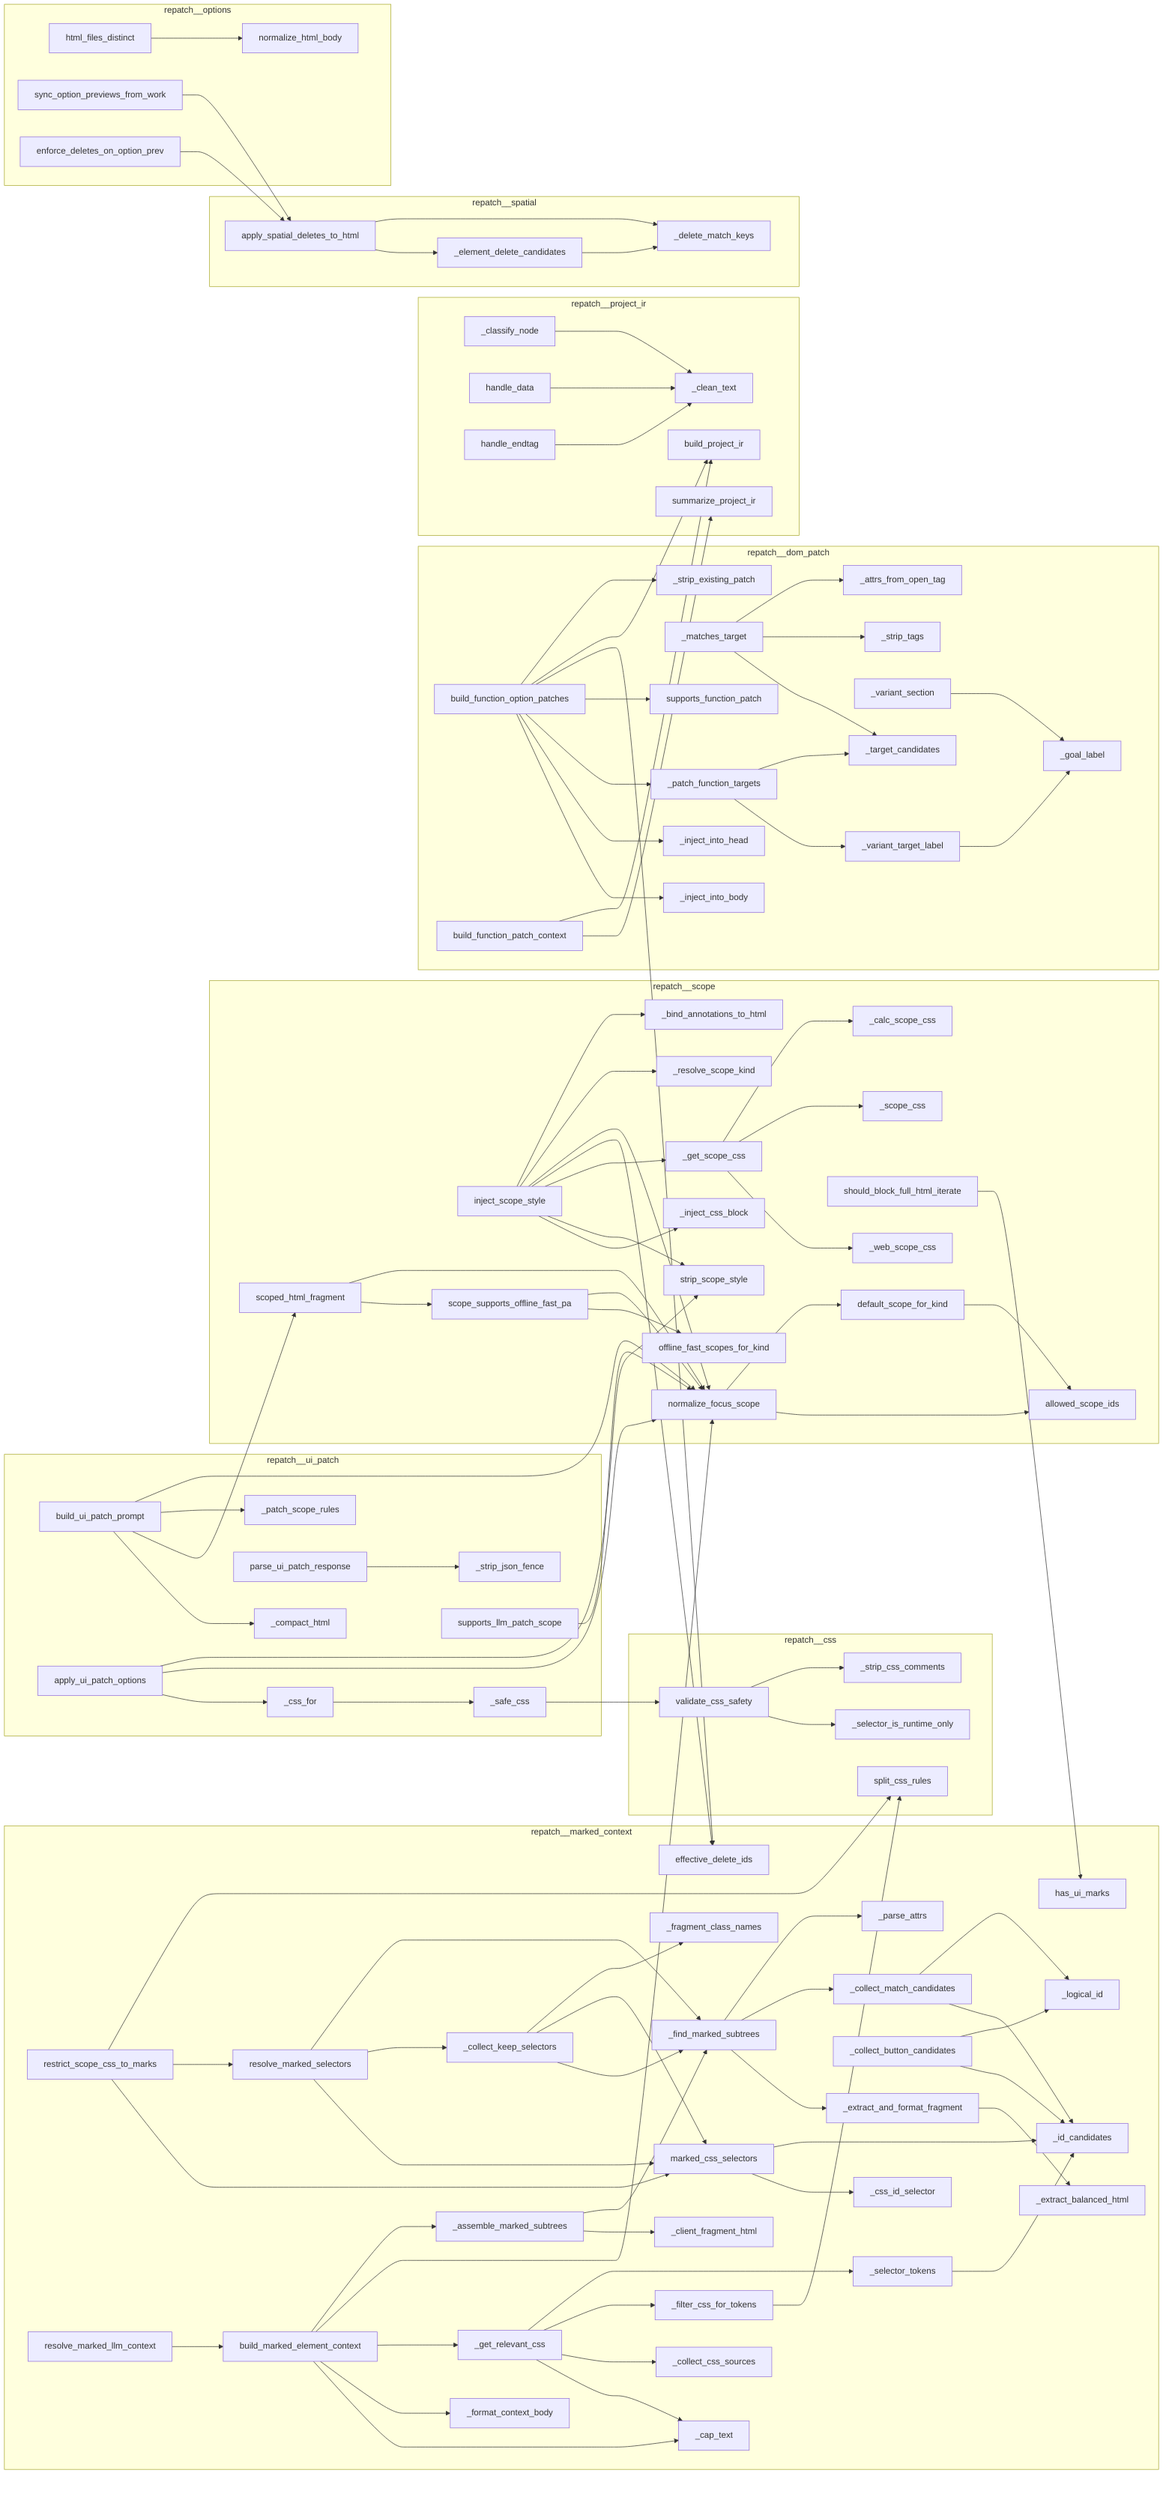
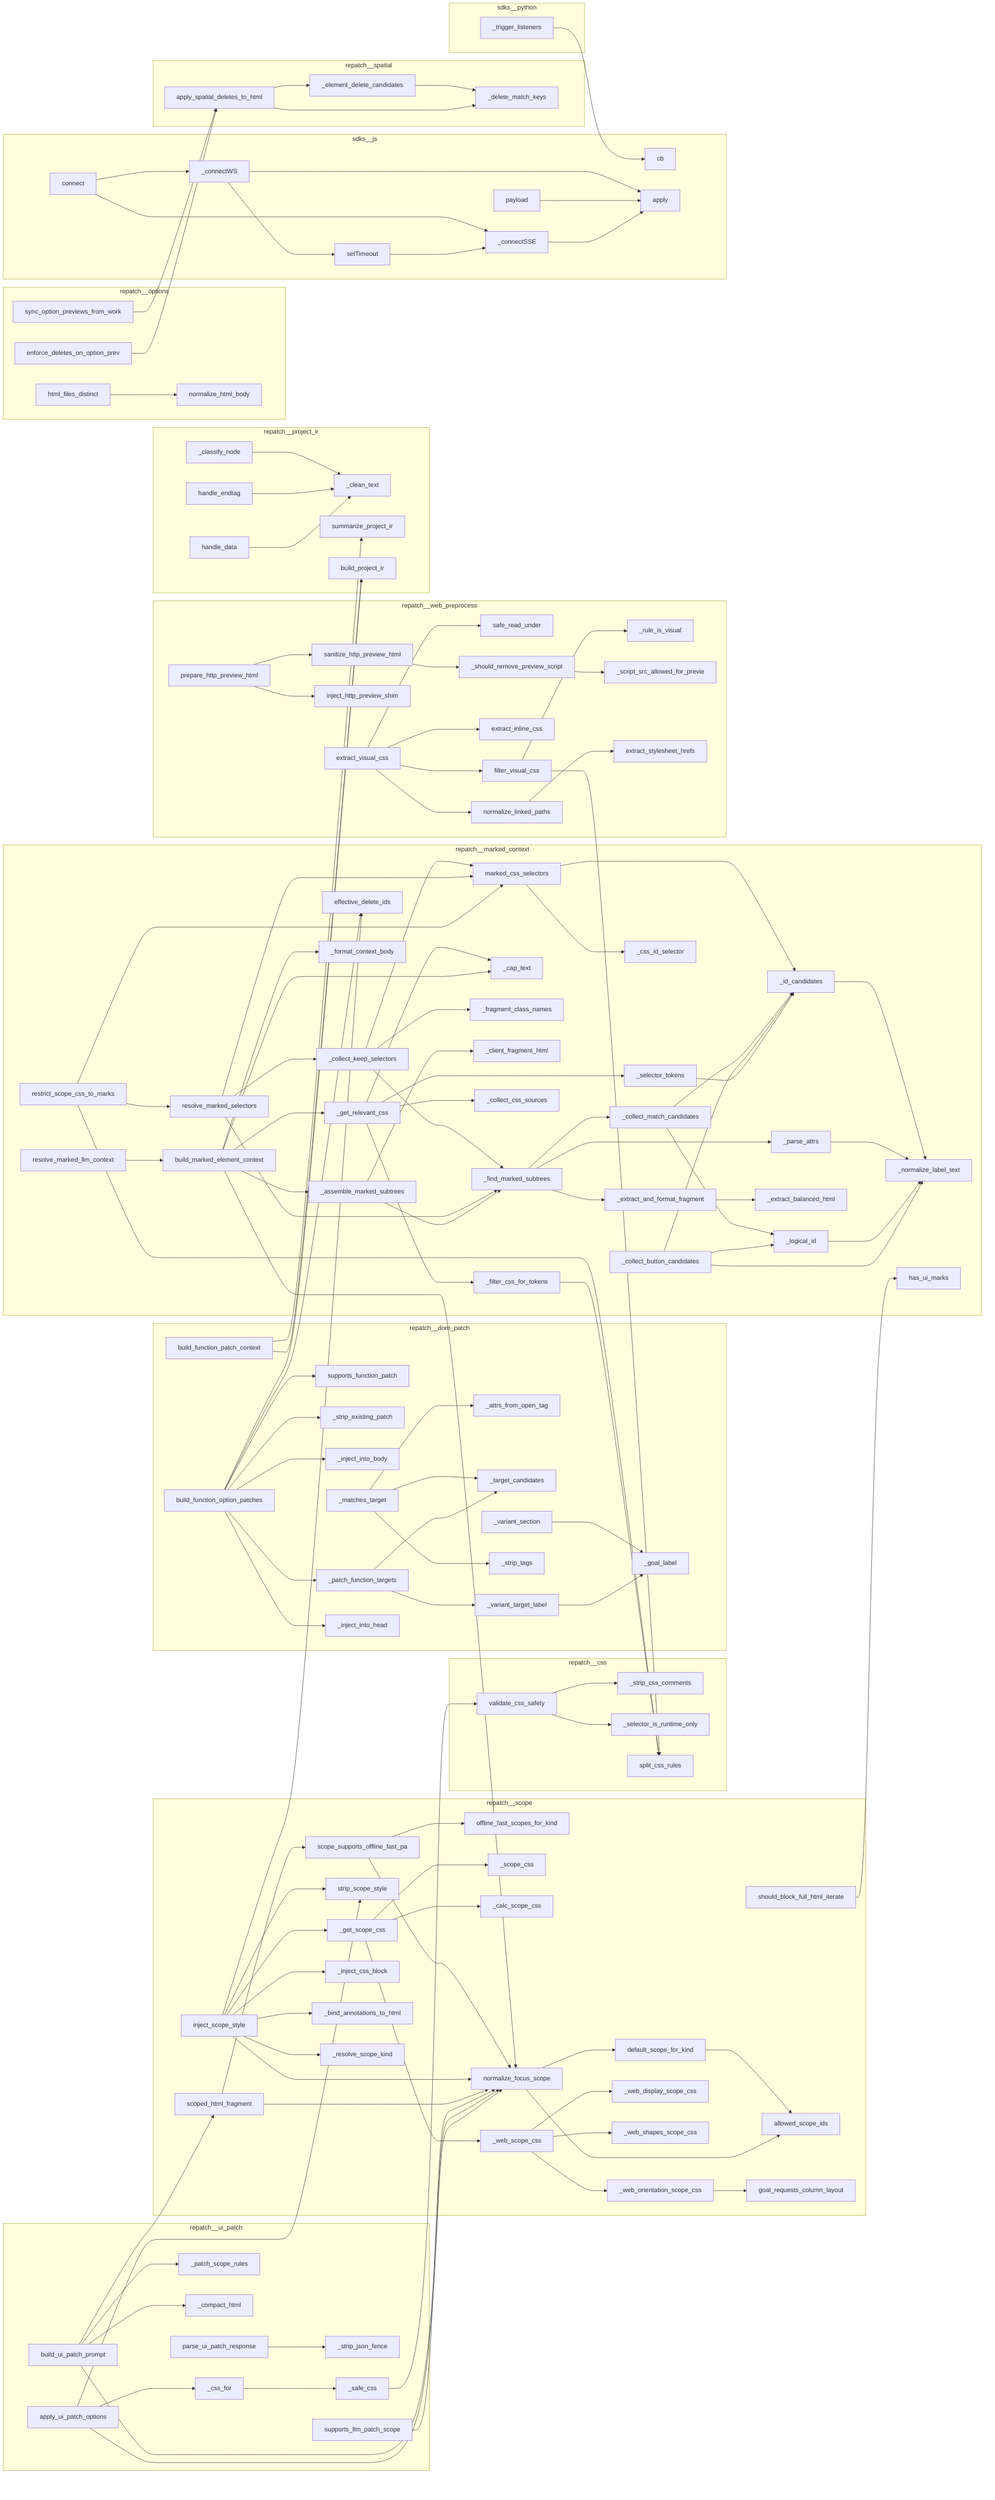
flowchart LR
%% generated in 0.00s
    subgraph repatch__css
+         repatch__css__validate_css_safety["validate_css_safety"]
        repatch__css___strip_css_comments["_strip_css_comments"]
        repatch__css___selector_is_runtime_only["_selector_is_runtime_only"]
        repatch__css__split_css_rules["split_css_rules"]
-         repatch__css__validate_css_safety["validate_css_safety"]
    end
    subgraph repatch__dom_patch
+         repatch__dom_patch__supports_function_patch["supports_function_patch"]
+         repatch__dom_patch__build_function_option_patches["build_function_option_patches"]
+         repatch__dom_patch___strip_existing_patch["_strip_existing_patch"]
        repatch__dom_patch___attrs_from_open_tag["_attrs_from_open_tag"]
-         repatch__dom_patch___inject_into_head["_inject_into_head"]
+         repatch__dom_patch___goal_label["_goal_label"]
+         repatch__dom_patch___target_candidates["_target_candidates"]
+         repatch__dom_patch___inject_into_body["_inject_into_body"]
+         repatch__dom_patch___patch_function_targets["_patch_function_targets"]
        repatch__dom_patch___matches_target["_matches_target"]
-         repatch__dom_patch___patch_function_targets["_patch_function_targets"]
-         repatch__dom_patch__build_function_option_patches["build_function_option_patches"]
-         repatch__dom_patch__build_function_patch_context["build_function_patch_context"]
-         repatch__dom_patch___goal_label["_goal_label"]
-         repatch__dom_patch__supports_function_patch["supports_function_patch"]
+         repatch__dom_patch___variant_target_label["_variant_target_label"]
        repatch__dom_patch___strip_tags["_strip_tags"]
        repatch__dom_patch___variant_section["_variant_section"]
-         repatch__dom_patch___target_candidates["_target_candidates"]
-         repatch__dom_patch___inject_into_body["_inject_into_body"]
-         repatch__dom_patch___strip_existing_patch["_strip_existing_patch"]
-         repatch__dom_patch___variant_target_label["_variant_target_label"]
+         repatch__dom_patch___inject_into_head["_inject_into_head"]
+         repatch__dom_patch__build_function_patch_context["build_function_patch_context"]
    end
    subgraph repatch__marked_context
+         repatch__marked_context___collect_button_candidates["_collect_button_candidates"]
+         repatch__marked_context___css_id_selector["_css_id_selector"]
+         repatch__marked_context___get_relevant_css["_get_relevant_css"]
+         repatch__marked_context__resolve_marked_llm_context["resolve_marked_llm_context"]
+         repatch__marked_context___normalize_label_text["_normalize_label_text"]
+         repatch__marked_context___extract_and_format_fragment["_extract_and_format_fragment"]
+         repatch__marked_context__effective_delete_ids["effective_delete_ids"]
+         repatch__marked_context___filter_css_for_tokens["_filter_css_for_tokens"]
+         repatch__marked_context___assemble_marked_subtrees["_assemble_marked_subtrees"]
        repatch__marked_context__has_ui_marks["has_ui_marks"]
-         repatch__marked_context___get_relevant_css["_get_relevant_css"]
+         repatch__marked_context__restrict_scope_css_to_marks["restrict_scope_css_to_marks"]
+         repatch__marked_context___parse_attrs["_parse_attrs"]
+         repatch__marked_context___cap_text["_cap_text"]
+         repatch__marked_context__build_marked_element_context["build_marked_element_context"]
+         repatch__marked_context__resolve_marked_selectors["resolve_marked_selectors"]
+         repatch__marked_context___fragment_class_names["_fragment_class_names"]
+         repatch__marked_context___client_fragment_html["_client_fragment_html"]
+         repatch__marked_context___id_candidates["_id_candidates"]
+         repatch__marked_context___find_marked_subtrees["_find_marked_subtrees"]
        repatch__marked_context___selector_tokens["_selector_tokens"]
-         repatch__marked_context___css_id_selector["_css_id_selector"]
-         repatch__marked_context___collect_button_candidates["_collect_button_candidates"]
-         repatch__marked_context___client_fragment_html["_client_fragment_html"]
+         repatch__marked_context___collect_css_sources["_collect_css_sources"]
        repatch__marked_context___collect_match_candidates["_collect_match_candidates"]
-         repatch__marked_context___extract_and_format_fragment["_extract_and_format_fragment"]
-         repatch__marked_context___parse_attrs["_parse_attrs"]
        repatch__marked_context___format_context_body["_format_context_body"]
-         repatch__marked_context__build_marked_element_context["build_marked_element_context"]
-         repatch__marked_context__restrict_scope_css_to_marks["restrict_scope_css_to_marks"]
-         repatch__marked_context__resolve_marked_llm_context["resolve_marked_llm_context"]
-         repatch__marked_context___cap_text["_cap_text"]
-         repatch__marked_context___assemble_marked_subtrees["_assemble_marked_subtrees"]
        repatch__marked_context___collect_keep_selectors["_collect_keep_selectors"]
+         repatch__marked_context___extract_balanced_html["_extract_balanced_html"]
        repatch__marked_context__marked_css_selectors["marked_css_selectors"]
-         repatch__marked_context___filter_css_for_tokens["_filter_css_for_tokens"]
        repatch__marked_context___logical_id["_logical_id"]
-         repatch__marked_context___find_marked_subtrees["_find_marked_subtrees"]
-         repatch__marked_context__resolve_marked_selectors["resolve_marked_selectors"]
-         repatch__marked_context___extract_balanced_html["_extract_balanced_html"]
-         repatch__marked_context___id_candidates["_id_candidates"]
-         repatch__marked_context__effective_delete_ids["effective_delete_ids"]
-         repatch__marked_context___fragment_class_names["_fragment_class_names"]
-         repatch__marked_context___collect_css_sources["_collect_css_sources"]
    end
    subgraph repatch__options
        repatch__options__html_files_distinct["html_files_distinct"]
+         repatch__options__normalize_html_body["normalize_html_body"]
        repatch__options__sync_option_previews_from_workspace["sync_option_previews_from_work"]
        repatch__options__enforce_deletes_on_option_previews["enforce_deletes_on_option_prev"]
-         repatch__options__normalize_html_body["normalize_html_body"]
    end
    subgraph repatch__project_ir
+         repatch__project_ir___clean_text["_clean_text"]
+         repatch__project_ir___ProjectIRParser__handle_endtag["handle_endtag"]
        repatch__project_ir___ProjectIRParser___classify_node["_classify_node"]
-         repatch__project_ir___clean_text["_clean_text"]
        repatch__project_ir___ProjectIRParser__handle_data["handle_data"]
        repatch__project_ir__summarize_project_ir["summarize_project_ir"]
-         repatch__project_ir___ProjectIRParser__handle_endtag["handle_endtag"]
        repatch__project_ir__build_project_ir["build_project_ir"]
    end
    subgraph repatch__scope
+         repatch__scope__should_block_full_html_iterate["should_block_full_html_iterate"]
+         repatch__scope__allowed_scope_ids["allowed_scope_ids"]
+         repatch__scope___get_scope_css["_get_scope_css"]
+         repatch__scope__offline_fast_scopes_for_kind["offline_fast_scopes_for_kind"]
+         repatch__scope__inject_scope_style["inject_scope_style"]
+         repatch__scope___scope_css["_scope_css"]
+         repatch__scope__strip_scope_style["strip_scope_style"]
+         repatch__scope__default_scope_for_kind["default_scope_for_kind"]
+         repatch__scope__scope_supports_offline_fast_path["scope_supports_offline_fast_pa"]
+         repatch__scope___calc_scope_css["_calc_scope_css"]
+         repatch__scope___inject_css_block["_inject_css_block"]
        repatch__scope___bind_annotations_to_html["_bind_annotations_to_html"]
-         repatch__scope__offline_fast_scopes_for_kind["offline_fast_scopes_for_kind"]
-         repatch__scope__allowed_scope_ids["allowed_scope_ids"]
+         repatch__scope___web_display_scope_css["_web_display_scope_css"]
+         repatch__scope___resolve_scope_kind["_resolve_scope_kind"]
+         repatch__scope__scoped_html_fragment["scoped_html_fragment"]
+         repatch__scope__normalize_focus_scope["normalize_focus_scope"]
+         repatch__scope___web_shapes_scope_css["_web_shapes_scope_css"]
        repatch__scope___web_scope_css["_web_scope_css"]
-         repatch__scope__normalize_focus_scope["normalize_focus_scope"]
-         repatch__scope__strip_scope_style["strip_scope_style"]
-         repatch__scope___scope_css["_scope_css"]
-         repatch__scope__should_block_full_html_iterate["should_block_full_html_iterate"]
-         repatch__scope___get_scope_css["_get_scope_css"]
-         repatch__scope___inject_css_block["_inject_css_block"]
-         repatch__scope__inject_scope_style["inject_scope_style"]
-         repatch__scope__scoped_html_fragment["scoped_html_fragment"]
-         repatch__scope__default_scope_for_kind["default_scope_for_kind"]
-         repatch__scope___calc_scope_css["_calc_scope_css"]
-         repatch__scope__scope_supports_offline_fast_path["scope_supports_offline_fast_pa"]
-         repatch__scope___resolve_scope_kind["_resolve_scope_kind"]
+         repatch__scope__goal_requests_column_layout["goal_requests_column_layout"]
+         repatch__scope___web_orientation_scope_css["_web_orientation_scope_css"]
    end
    subgraph repatch__spatial
+         repatch__spatial___element_delete_candidates["_element_delete_candidates"]
        repatch__spatial__apply_spatial_deletes_to_html["apply_spatial_deletes_to_html"]
-         repatch__spatial___element_delete_candidates["_element_delete_candidates"]
        repatch__spatial___delete_match_keys["_delete_match_keys"]
    end
    subgraph repatch__ui_patch
+         repatch__ui_patch___strip_json_fence["_strip_json_fence"]
        repatch__ui_patch__build_ui_patch_prompt["build_ui_patch_prompt"]
+         repatch__ui_patch___css_for["_css_for"]
+         repatch__ui_patch__supports_llm_patch_scope["supports_llm_patch_scope"]
+         repatch__ui_patch___safe_css["_safe_css"]
+         repatch__ui_patch___patch_scope_rules["_patch_scope_rules"]
        repatch__ui_patch___compact_html["_compact_html"]
-         repatch__ui_patch___patch_scope_rules["_patch_scope_rules"]
-         repatch__ui_patch___strip_json_fence["_strip_json_fence"]
-         repatch__ui_patch___safe_css["_safe_css"]
        repatch__ui_patch__parse_ui_patch_response["parse_ui_patch_response"]
-         repatch__ui_patch__supports_llm_patch_scope["supports_llm_patch_scope"]
-         repatch__ui_patch___css_for["_css_for"]
        repatch__ui_patch__apply_ui_patch_options["apply_ui_patch_options"]
+     end
+     subgraph repatch__web_preprocess
+         repatch__web_preprocess__safe_read_under["safe_read_under"]
+         repatch__web_preprocess__extract_visual_css["extract_visual_css"]
+         repatch__web_preprocess__inject_http_preview_shim["inject_http_preview_shim"]
+         repatch__web_preprocess__normalize_linked_paths["normalize_linked_paths"]
+         repatch__web_preprocess__extract_inline_css["extract_inline_css"]
+         repatch__web_preprocess___rule_is_visual["_rule_is_visual"]
+         repatch__web_preprocess__filter_visual_css["filter_visual_css"]
+         repatch__web_preprocess___script_src_allowed_for_preview["_script_src_allowed_for_previe"]
+         repatch__web_preprocess__sanitize_http_preview_html["sanitize_http_preview_html"]
+         repatch__web_preprocess___should_remove_preview_script["_should_remove_preview_script"]
+         repatch__web_preprocess__extract_stylesheet_hrefs["extract_stylesheet_hrefs"]
+         repatch__web_preprocess__prepare_http_preview_html["prepare_http_preview_html"]
+     end
+     subgraph sdks__js
+         sdks__js__repatch_sdk__RepatchSDK__connect["connect"]
+         sdks__js__repatch_sdk__RepatchSDK___connectWS["_connectWS"]
+         sdks__js__repatch_sdk__RepatchSDK___connectSSE["_connectSSE"]
+         sdks__js__repatch_sdk__RepatchSDK__setTimeout["setTimeout"]
+         sdks__js__repatch_sdk__RepatchSDK__cb["cb"]
+         sdks__js__repatch_sdk__RepatchSDK__apply["apply"]
+         sdks__js__repatch_sdk__RepatchSDK__payload["payload"]
+     end
+     subgraph sdks__python
+         sdks__python__repatch_sdk__RepatchClient___trigger_listeners["_trigger_listeners"]
    end
    repatch__project_ir___ProjectIRParser___classify_node --> repatch__project_ir___clean_text
    repatch__project_ir___ProjectIRParser__handle_endtag --> repatch__project_ir___clean_text
    repatch__project_ir___ProjectIRParser__handle_data --> repatch__project_ir___clean_text
    repatch__scope__default_scope_for_kind --> repatch__scope__allowed_scope_ids
    repatch__scope__normalize_focus_scope --> repatch__scope__default_scope_for_kind
    repatch__scope__normalize_focus_scope --> repatch__scope__allowed_scope_ids
    repatch__scope__scope_supports_offline_fast_path --> repatch__scope__normalize_focus_scope
    repatch__scope__scope_supports_offline_fast_path --> repatch__scope__offline_fast_scopes_for_kind
+     repatch__scope___web_orientation_scope_css --> repatch__scope__goal_requests_column_layout
+     repatch__scope___web_scope_css --> repatch__scope___web_shapes_scope_css
+     repatch__scope___web_scope_css --> repatch__scope___web_display_scope_css
+     repatch__scope___web_scope_css --> repatch__scope___web_orientation_scope_css
    repatch__scope__should_block_full_html_iterate --> repatch__marked_context__has_ui_marks
    repatch__scope___get_scope_css --> repatch__scope___calc_scope_css
    repatch__scope___get_scope_css --> repatch__scope___scope_css
    repatch__scope___get_scope_css --> repatch__scope___web_scope_css
    repatch__scope__inject_scope_style --> repatch__scope___bind_annotations_to_html
    repatch__scope__inject_scope_style --> repatch__scope___resolve_scope_kind
    repatch__scope__inject_scope_style --> repatch__scope__normalize_focus_scope
    repatch__scope__inject_scope_style --> repatch__marked_context__effective_delete_ids
    repatch__scope__inject_scope_style --> repatch__scope___get_scope_css
    repatch__scope__inject_scope_style --> repatch__scope__strip_scope_style
    repatch__scope__inject_scope_style --> repatch__scope___inject_css_block
    repatch__scope__scoped_html_fragment --> repatch__scope__normalize_focus_scope
    repatch__scope__scoped_html_fragment --> repatch__scope__scope_supports_offline_fast_path
    repatch__dom_patch__build_function_patch_context --> repatch__project_ir__build_project_ir
    repatch__dom_patch__build_function_patch_context --> repatch__project_ir__summarize_project_ir
    repatch__dom_patch___variant_section --> repatch__dom_patch___goal_label
    repatch__dom_patch___matches_target --> repatch__dom_patch___attrs_from_open_tag
    repatch__dom_patch___matches_target --> repatch__dom_patch___strip_tags
    repatch__dom_patch___matches_target --> repatch__dom_patch___target_candidates
    repatch__dom_patch___variant_target_label --> repatch__dom_patch___goal_label
    repatch__dom_patch___patch_function_targets --> repatch__dom_patch___target_candidates
    repatch__dom_patch___patch_function_targets --> repatch__dom_patch___variant_target_label
    repatch__dom_patch__build_function_option_patches --> repatch__dom_patch___strip_existing_patch
    repatch__dom_patch__build_function_option_patches --> repatch__project_ir__build_project_ir
    repatch__dom_patch__build_function_option_patches --> repatch__marked_context__effective_delete_ids
    repatch__dom_patch__build_function_option_patches --> repatch__dom_patch__supports_function_patch
    repatch__dom_patch__build_function_option_patches --> repatch__dom_patch___patch_function_targets
    repatch__dom_patch__build_function_option_patches --> repatch__dom_patch___inject_into_head
    repatch__dom_patch__build_function_option_patches --> repatch__dom_patch___inject_into_body
    repatch__marked_context__marked_css_selectors --> repatch__marked_context___id_candidates
    repatch__marked_context__marked_css_selectors --> repatch__marked_context___css_id_selector
    repatch__marked_context___collect_keep_selectors --> repatch__marked_context___fragment_class_names
    repatch__marked_context___collect_keep_selectors --> repatch__marked_context__marked_css_selectors
    repatch__marked_context___collect_keep_selectors --> repatch__marked_context___find_marked_subtrees
    repatch__marked_context__resolve_marked_selectors --> repatch__marked_context___find_marked_subtrees
    repatch__marked_context__resolve_marked_selectors --> repatch__marked_context___collect_keep_selectors
    repatch__marked_context__resolve_marked_selectors --> repatch__marked_context__marked_css_selectors
    repatch__marked_context__restrict_scope_css_to_marks --> repatch__css__split_css_rules
    repatch__marked_context__restrict_scope_css_to_marks --> repatch__marked_context__resolve_marked_selectors
    repatch__marked_context__restrict_scope_css_to_marks --> repatch__marked_context__marked_css_selectors
+     repatch__marked_context___id_candidates --> repatch__marked_context___normalize_label_text
+     repatch__marked_context___parse_attrs --> repatch__marked_context___normalize_label_text
+     repatch__marked_context___logical_id --> repatch__marked_context___normalize_label_text
    repatch__marked_context___collect_match_candidates --> repatch__marked_context___logical_id
    repatch__marked_context___collect_match_candidates --> repatch__marked_context___id_candidates
+     repatch__marked_context___collect_button_candidates --> repatch__marked_context___normalize_label_text
    repatch__marked_context___collect_button_candidates --> repatch__marked_context___logical_id
    repatch__marked_context___collect_button_candidates --> repatch__marked_context___id_candidates
    repatch__marked_context___extract_and_format_fragment --> repatch__marked_context___extract_balanced_html
    repatch__marked_context___find_marked_subtrees --> repatch__marked_context___parse_attrs
    repatch__marked_context___find_marked_subtrees --> repatch__marked_context___collect_match_candidates
    repatch__marked_context___find_marked_subtrees --> repatch__marked_context___extract_and_format_fragment
    repatch__marked_context___selector_tokens --> repatch__marked_context___id_candidates
    repatch__marked_context___filter_css_for_tokens --> repatch__css__split_css_rules
    repatch__marked_context___assemble_marked_subtrees --> repatch__marked_context___find_marked_subtrees
    repatch__marked_context___assemble_marked_subtrees --> repatch__marked_context___client_fragment_html
    repatch__marked_context___get_relevant_css --> repatch__marked_context___selector_tokens
    repatch__marked_context___get_relevant_css --> repatch__marked_context___filter_css_for_tokens
    repatch__marked_context___get_relevant_css --> repatch__marked_context___collect_css_sources
    repatch__marked_context___get_relevant_css --> repatch__marked_context___cap_text
    repatch__marked_context__build_marked_element_context --> repatch__marked_context___assemble_marked_subtrees
    repatch__marked_context__build_marked_element_context --> repatch__scope__normalize_focus_scope
    repatch__marked_context__build_marked_element_context --> repatch__marked_context___get_relevant_css
    repatch__marked_context__build_marked_element_context --> repatch__marked_context___format_context_body
    repatch__marked_context__build_marked_element_context --> repatch__marked_context___cap_text
    repatch__marked_context__resolve_marked_llm_context --> repatch__marked_context__build_marked_element_context
    repatch__ui_patch__supports_llm_patch_scope --> repatch__scope__normalize_focus_scope
    repatch__ui_patch__build_ui_patch_prompt --> repatch__scope__normalize_focus_scope
    repatch__ui_patch__build_ui_patch_prompt --> repatch__ui_patch___patch_scope_rules
    repatch__ui_patch__build_ui_patch_prompt --> repatch__scope__scoped_html_fragment
    repatch__ui_patch__build_ui_patch_prompt --> repatch__ui_patch___compact_html
    repatch__ui_patch__parse_ui_patch_response --> repatch__ui_patch___strip_json_fence
    repatch__ui_patch___safe_css --> repatch__css__validate_css_safety
    repatch__ui_patch___css_for --> repatch__ui_patch___safe_css
    repatch__ui_patch__apply_ui_patch_options --> repatch__scope__strip_scope_style
    repatch__ui_patch__apply_ui_patch_options --> repatch__scope__normalize_focus_scope
    repatch__ui_patch__apply_ui_patch_options --> repatch__ui_patch___css_for
+     repatch__options__html_files_distinct --> repatch__options__normalize_html_body
+     repatch__options__sync_option_previews_from_workspace --> repatch__spatial__apply_spatial_deletes_to_html
+     repatch__options__enforce_deletes_on_option_previews --> repatch__spatial__apply_spatial_deletes_to_html
+     repatch__web_preprocess__normalize_linked_paths --> repatch__web_preprocess__extract_stylesheet_hrefs
+     repatch__web_preprocess__filter_visual_css --> repatch__css__split_css_rules
+     repatch__web_preprocess__filter_visual_css --> repatch__web_preprocess___rule_is_visual
+     repatch__web_preprocess__extract_visual_css --> repatch__web_preprocess__extract_inline_css
+     repatch__web_preprocess__extract_visual_css --> repatch__web_preprocess__normalize_linked_paths
+     repatch__web_preprocess__extract_visual_css --> repatch__web_preprocess__filter_visual_css
+     repatch__web_preprocess__extract_visual_css --> repatch__web_preprocess__safe_read_under
+     repatch__web_preprocess___should_remove_preview_script --> repatch__web_preprocess___script_src_allowed_for_preview
+     repatch__web_preprocess__sanitize_http_preview_html --> repatch__web_preprocess___should_remove_preview_script
+     repatch__web_preprocess__prepare_http_preview_html --> repatch__web_preprocess__sanitize_http_preview_html
+     repatch__web_preprocess__prepare_http_preview_html --> repatch__web_preprocess__inject_http_preview_shim
    repatch__css__validate_css_safety --> repatch__css___strip_css_comments
    repatch__css__validate_css_safety --> repatch__css___selector_is_runtime_only
    repatch__spatial___element_delete_candidates --> repatch__spatial___delete_match_keys
    repatch__spatial__apply_spatial_deletes_to_html --> repatch__spatial___delete_match_keys
    repatch__spatial__apply_spatial_deletes_to_html --> repatch__spatial___element_delete_candidates
-     repatch__options__html_files_distinct --> repatch__options__normalize_html_body
-     repatch__options__sync_option_previews_from_workspace --> repatch__spatial__apply_spatial_deletes_to_html
-     repatch__options__enforce_deletes_on_option_previews --> repatch__spatial__apply_spatial_deletes_to_html
+     sdks__js__repatch_sdk__RepatchSDK__connect --> sdks__js__repatch_sdk__RepatchSDK___connectSSE
+     sdks__js__repatch_sdk__RepatchSDK__connect --> sdks__js__repatch_sdk__RepatchSDK___connectWS
+     sdks__js__repatch_sdk__RepatchSDK___connectWS --> sdks__js__repatch_sdk__RepatchSDK__apply
+     sdks__js__repatch_sdk__RepatchSDK___connectWS --> sdks__js__repatch_sdk__RepatchSDK__setTimeout
+     sdks__js__repatch_sdk__RepatchSDK__payload --> sdks__js__repatch_sdk__RepatchSDK__apply
+     sdks__js__repatch_sdk__RepatchSDK__setTimeout --> sdks__js__repatch_sdk__RepatchSDK___connectSSE
+     sdks__js__repatch_sdk__RepatchSDK___connectSSE --> sdks__js__repatch_sdk__RepatchSDK__apply
+     sdks__python__repatch_sdk__RepatchClient___trigger_listeners --> sdks__js__repatch_sdk__RepatchSDK__cb
